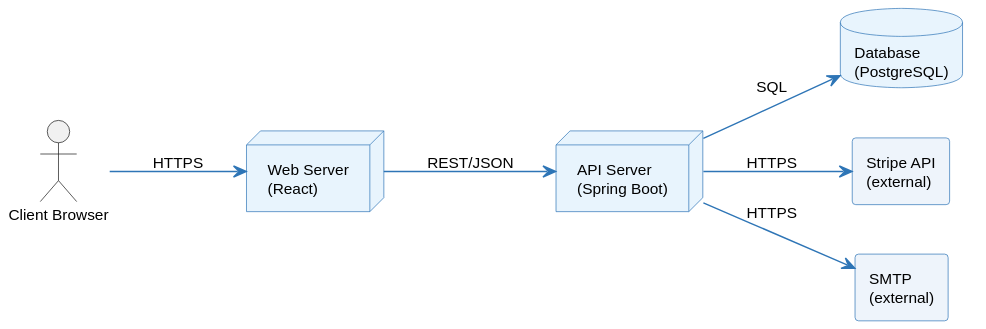
Above: architecture/diagrams/readme/pa-deployment-en.svg in louistalvande/online_shop (PlantUML), before the change.
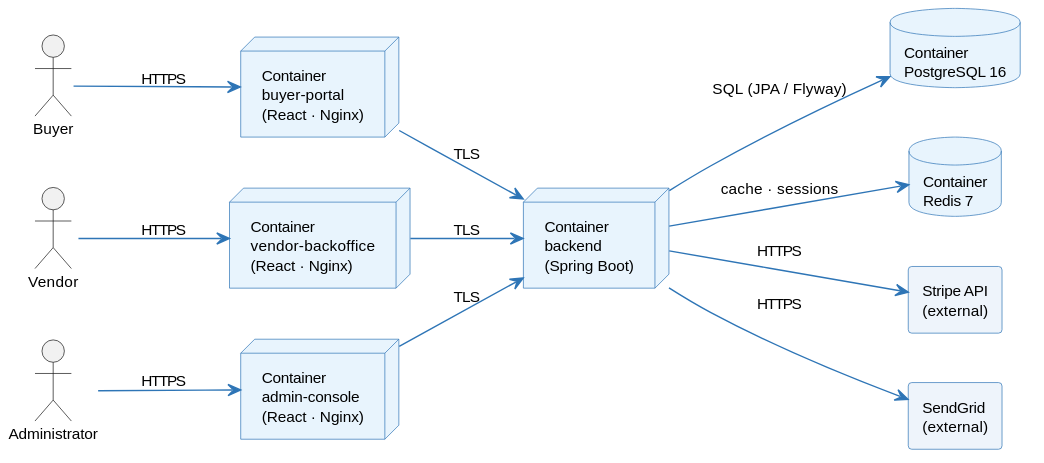
Later version of the same file.

Change to the diagram source:
```diff
@@ -11,17 +11,29 @@
 
 left to right direction
 
-actor "Client Browser" as Client
+actor "Buyer"         as Buyer
+actor "Vendor"        as Vendor
+actor "Administrator" as Admin
 
-node "Web Server\n(React)" as Web
-node "API Server\n(Spring Boot)" as API
-database "Database\n(PostgreSQL)" as DB
+node "Container\nbuyer-portal\n(React · Nginx)" as FrontB
+node "Container\nvendor-backoffice\n(React · Nginx)" as FrontV
+node "Container\nadmin-console\n(React · Nginx)" as FrontA
+node "Container\nbackend\n(Spring Boot)" as API
+database "Container\nPostgreSQL 16" as DB
+database "Container\nRedis 7" as Redis
 rectangle "Stripe API\n(external)" as Stripe
-rectangle "SMTP\n(external)" as SMTP
+rectangle "SendGrid\n(external)" as SMTP
 
-Client --> Web : HTTPS
-Web --> API : REST/JSON
-API --> DB : SQL
+Buyer  --> FrontB : HTTPS
+Vendor --> FrontV : HTTPS
+Admin  --> FrontA : HTTPS
+
+FrontB --> API : TLS
+FrontV --> API : TLS
+FrontA --> API : TLS
+
+API --> DB    : SQL (JPA / Flyway)
+API --> Redis : cache · sessions
 API --> Stripe : HTTPS
-API --> SMTP : HTTPS
+API --> SMTP   : HTTPS
 @enduml
```
